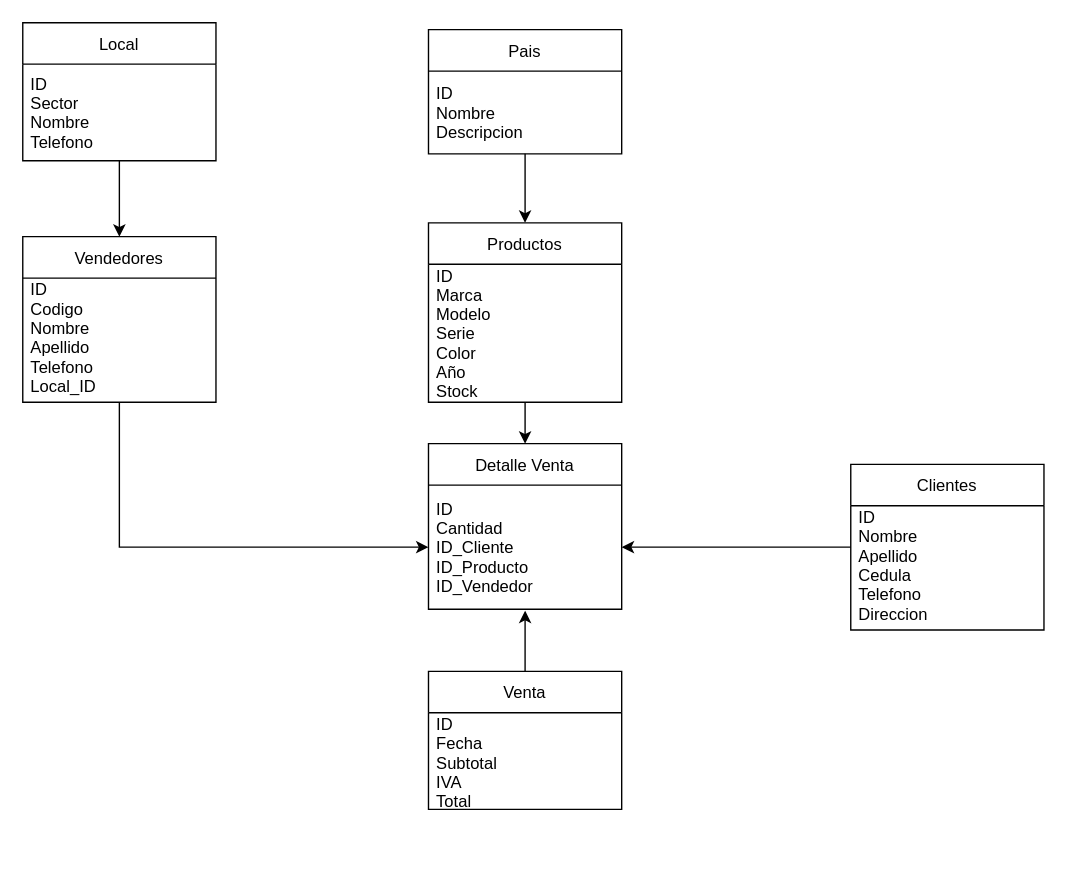
The draw.io diagram Venta.drawio in DxBaxterLu/Ventas, before the edit. Source tidied: cells renumbered, new cells numbered last; positions are measured from the earlier drawing's top-left corner, leaving out a move shared by most shapes. Both pictures are drawn from the tidied source at 138%, with x=0, y=0 at pixel (22, 22).
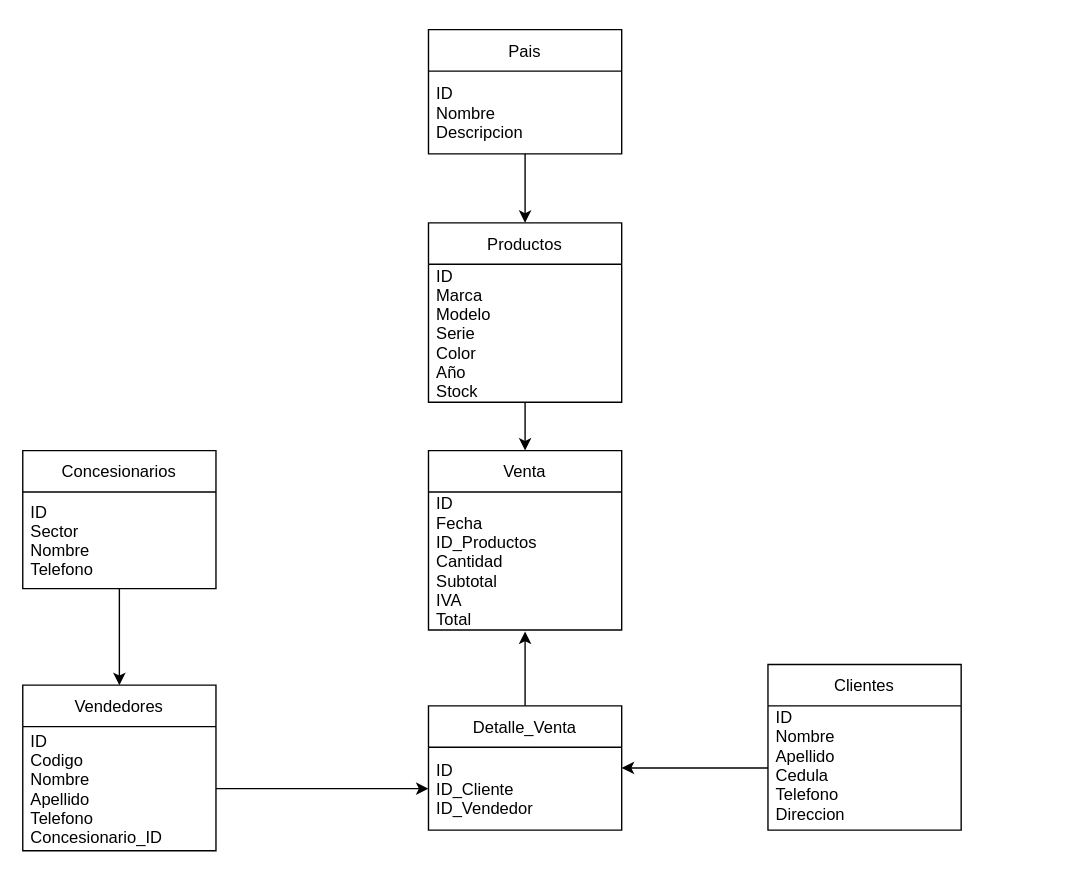
The same page after the edit.

Commit message:
Modificacion del grafico

Unchanged cells that the change refers to:
```xml
<mxCell id="10" value="ID&#10;Nombre&#10;Apellido&#10;Cedula&#10;Telefono&#10;Direccion&#10;" style="text;strokeColor=none;fillColor=none;align=left;verticalAlign=middle;spacingLeft=4;spacingRight=4;overflow=hidden;points=[[0,0.5],[1,0.5]];portConstraint=eastwest;" parent="9" vertex="1">
  <mxGeometry y="30" width="140" height="90" as="geometry" />
</mxCell>
<mxCell id="12" value="Productos" style="swimlane;fontStyle=0;horizontal=1;startSize=30;" parent="1" vertex="1">
  <mxGeometry x="294" y="145" width="140" height="130" as="geometry" />
</mxCell>
```

Diff of the diagram source:
```diff
@@
-    <mxCell id="6" value="Local" style="swimlane;fontStyle=0;horizontal=1;startSize=30;" parent="1" vertex="1">
-      <mxGeometry width="140" height="100" as="geometry" />
+    <mxCell id="6" value="Concesionarios" style="swimlane;fontStyle=0;horizontal=1;startSize=30;" parent="1" vertex="1">
+      <mxGeometry y="310" width="140" height="100" as="geometry" />
     </mxCell>
@@
-    <mxCell id="8" style="edgeStyle=orthogonalEdgeStyle;rounded=0;jettySize=auto;html=1;entryX=1;entryY=0.5;entryDx=0;entryDy=0;" parent="1" edge="1" source="9" target="18">
-      <mxGeometry relative="1" as="geometry" />
-    </mxCell>
     <mxCell id="9" value="Clientes" style="swimlane;fontStyle=0;horizontal=1;startSize=30;" parent="1" vertex="1">
-      <mxGeometry x="600" y="320" width="140" height="120" as="geometry" />
+      <mxGeometry x="540" y="465" width="140" height="120" as="geometry" />
     </mxCell>
@@
-    <mxCell id="11" style="edgeStyle=orthogonalEdgeStyle;rounded=0;jettySize=auto;html=1;entryX=0.5;entryY=0;entryDx=0;entryDy=0;" parent="1" edge="1" source="12" target="17">
-      <mxGeometry relative="1" as="geometry" />
-    </mxCell>
+    <mxCell id="22" style="edgeStyle=orthogonalEdgeStyle;rounded=0;jettySize=auto;html=1;entryX=0.5;entryY=0;entryDx=0;entryDy=0;" parent="1" edge="1" source="12" target="20">
+      <mxGeometry relative="1" as="geometry" />
+    </mxCell>
@@
-    <mxCell id="14" style="edgeStyle=orthogonalEdgeStyle;rounded=0;jettySize=auto;html=1;entryX=0;entryY=0.5;entryDx=0;entryDy=0;" parent="1" edge="1" source="15" target="18">
-      <mxGeometry relative="1" as="geometry" />
-    </mxCell>
     <mxCell id="15" value="Vendedores" style="swimlane;fontStyle=0;horizontal=1;startSize=30;" parent="1" vertex="1">
-      <mxGeometry y="155" width="140" height="120" as="geometry" />
+      <mxGeometry y="480" width="140" height="120" as="geometry" />
     </mxCell>
-    <mxCell id="16" value="ID&#10;Codigo&#10;Nombre&#10;Apellido&#10;Telefono&#10;Local_ID&#10;" style="text;strokeColor=none;fillColor=none;align=left;verticalAlign=middle;spacingLeft=4;spacingRight=4;overflow=hidden;points=[[0,0.5],[1,0.5]];portConstraint=eastwest;" parent="15" vertex="1">
+    <mxCell id="16" value="ID&#10;Codigo&#10;Nombre&#10;Apellido&#10;Telefono&#10;Concesionario_ID" style="text;strokeColor=none;fillColor=none;align=left;verticalAlign=middle;spacingLeft=4;spacingRight=4;overflow=hidden;points=[[0,0.5],[1,0.5]];portConstraint=eastwest;" parent="15" vertex="1">
       <mxGeometry y="30" width="140" height="90" as="geometry" />
     </mxCell>
+    <mxCell id="23" style="edgeStyle=orthogonalEdgeStyle;rounded=0;jettySize=auto;html=1;exitX=0.5;exitY=0;exitDx=0;exitDy=0;entryX=0.5;entryY=1.011;entryDx=0;entryDy=0;entryPerimeter=0;" parent="1" edge="1" source="17" target="21">
+      <mxGeometry relative="1" as="geometry">
+        <Array as="points">
+          <mxPoint x="364" y="455" />
+          <mxPoint x="364" y="455" />
+        </Array>
+      </mxGeometry>
+    </mxCell>
-    <mxCell id="17" value="Detalle Venta" style="swimlane;fontStyle=0;horizontal=1;startSize=30;" parent="1" vertex="1">
-      <mxGeometry x="294" y="305" width="140" height="120" as="geometry" />
+    <mxCell id="17" value="Detalle_Venta" style="swimlane;fontStyle=0;horizontal=1;startSize=30;" parent="1" vertex="1">
+      <mxGeometry x="294" y="495" width="140" height="90" as="geometry" />
     </mxCell>
-    <mxCell id="18" value="ID&#10;Cantidad&#10;ID_Cliente&#10;ID_Producto&#10;ID_Vendedor" style="text;strokeColor=none;fillColor=none;align=left;verticalAlign=middle;spacingLeft=4;spacingRight=4;overflow=hidden;points=[[0,0.5],[1,0.5]];portConstraint=eastwest;" parent="17" vertex="1">
-      <mxGeometry y="30" width="140" height="90" as="geometry" />
+    <mxCell id="18" value="ID&#10;ID_Cliente&#10;ID_Vendedor" style="text;strokeColor=none;fillColor=none;align=left;verticalAlign=middle;spacingLeft=4;spacingRight=4;overflow=hidden;points=[[0,0.5],[1,0.5]];portConstraint=eastwest;" parent="17" vertex="1">
+      <mxGeometry y="30" width="140" height="60" as="geometry" />
     </mxCell>
-    <mxCell id="19" style="edgeStyle=orthogonalEdgeStyle;rounded=0;jettySize=auto;html=1;exitX=0.5;exitY=0;exitDx=0;exitDy=0;entryX=0.5;entryY=1.011;entryDx=0;entryDy=0;entryPerimeter=0;" parent="1" edge="1" source="20" target="18">
-      <mxGeometry relative="1" as="geometry" />
-    </mxCell>
     <mxCell id="20" value="Venta" style="swimlane;fontStyle=0;horizontal=1;startSize=30;" parent="1" vertex="1">
-      <mxGeometry x="294" y="470" width="140" height="100" as="geometry" />
+      <mxGeometry x="294" y="310" width="140" height="130" as="geometry" />
     </mxCell>
-    <mxCell id="21" value="ID&#10;Fecha&#10;Subtotal&#10;IVA&#10;Total" style="text;strokeColor=none;fillColor=none;align=left;verticalAlign=middle;spacingLeft=4;spacingRight=4;overflow=hidden;points=[[0,0.5],[1,0.5]];portConstraint=eastwest;" parent="20" vertex="1">
-      <mxGeometry y="30" width="140" height="70" as="geometry" />
+    <mxCell id="21" value="ID&#10;Fecha&#10;ID_Productos&#10;Cantidad&#10;Subtotal&#10;IVA&#10;Total" style="text;strokeColor=none;fillColor=none;align=left;verticalAlign=middle;spacingLeft=4;spacingRight=4;overflow=hidden;points=[[0,0.5],[1,0.5]];portConstraint=eastwest;" parent="20" vertex="1">
+      <mxGeometry y="30" width="140" height="100" as="geometry" />
     </mxCell>
+    <mxCell id="24" style="edgeStyle=orthogonalEdgeStyle;rounded=0;jettySize=auto;html=1;exitX=0;exitY=0.5;exitDx=0;exitDy=0;entryX=1;entryY=0.5;entryDx=0;entryDy=0;" parent="1" edge="1" source="10" target="17">
+      <mxGeometry relative="1" as="geometry" />
+    </mxCell>
+    <mxCell id="25" style="edgeStyle=orthogonalEdgeStyle;rounded=0;jettySize=auto;html=1;exitX=1;exitY=0.5;exitDx=0;exitDy=0;entryX=0;entryY=0.5;entryDx=0;entryDy=0;" parent="1" edge="1" source="16" target="18">
+      <mxGeometry relative="1" as="geometry" />
+    </mxCell>
```
